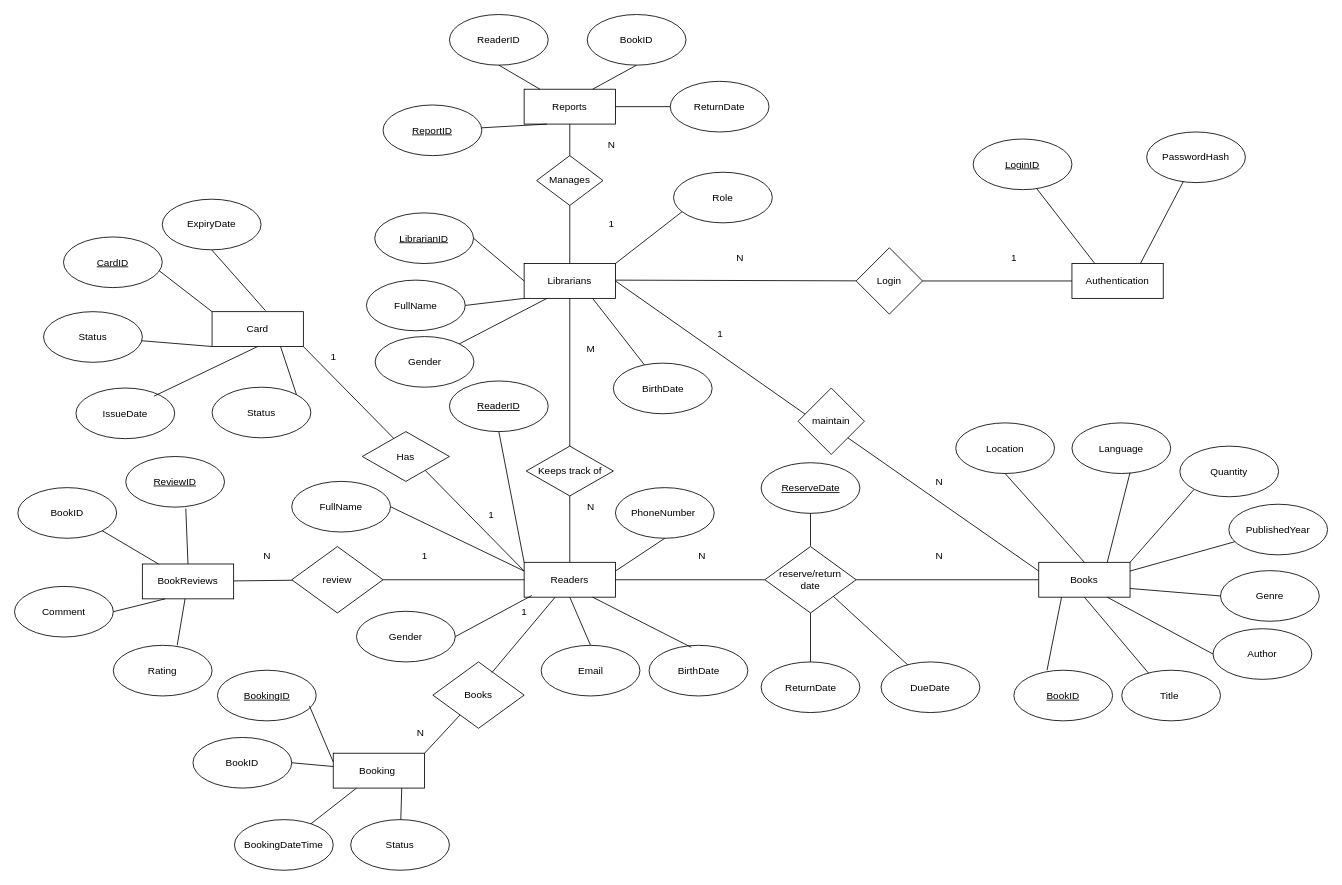
thanhpro0802/demo keeps this draw.io diagram as .idea/library.drawio. Above is the earlier version. Source tidied: cells renumbered, new cells numbered last; positions are measured from the earlier drawing's top-left corner, leaving out a move shared by most shapes. Both pictures are drawn from the tidied source at 83%, with x=0, y=0 at pixel (14, 14).
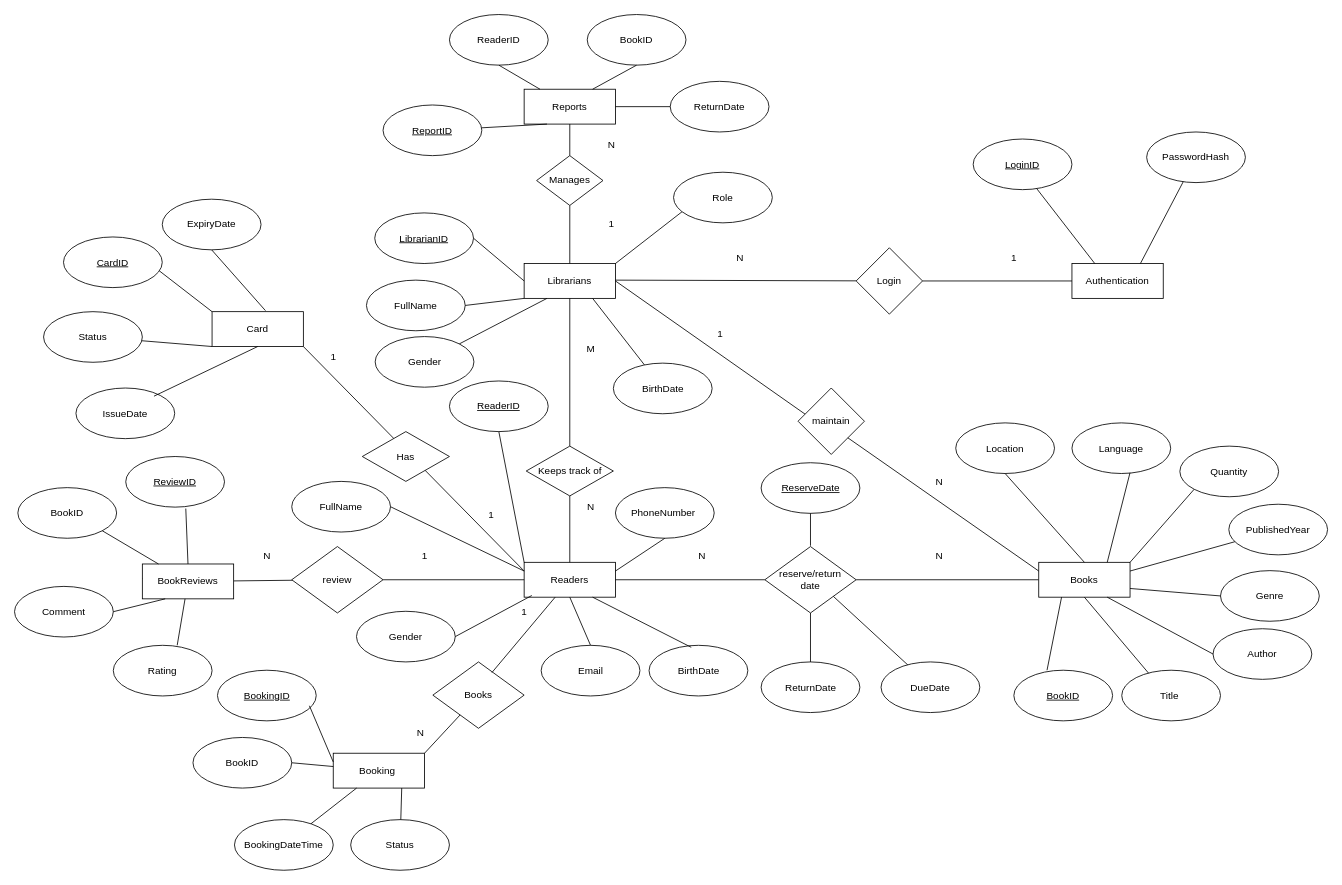
The same page after the edit.

Unchanged cells that the change refers to:
```xml
<mxCell id="101" value="Card" style="rounded=0;whiteSpace=wrap;html=1;" parent="1" vertex="1">
  <mxGeometry x="238" y="358" width="110" height="42" as="geometry" />
</mxCell>
```

What changed in the source:
```diff
@@
-    <mxCell id="113" value="Status" style="ellipse;whiteSpace=wrap;html=1;" parent="1" vertex="1">
-      <mxGeometry x="238" y="449" width="119" height="61" as="geometry" />
-    </mxCell>
-    <mxCell id="114" style="endArrow=none;html=1;rounded=0;exitX=1;exitY=0;exitDx=0;exitDy=0;entryX=0.75;entryY=1;entryDx=0;entryDy=0;" parent="1" edge="1" source="113" target="101">
-      <mxGeometry relative="1" as="geometry" />
-    </mxCell>
```
